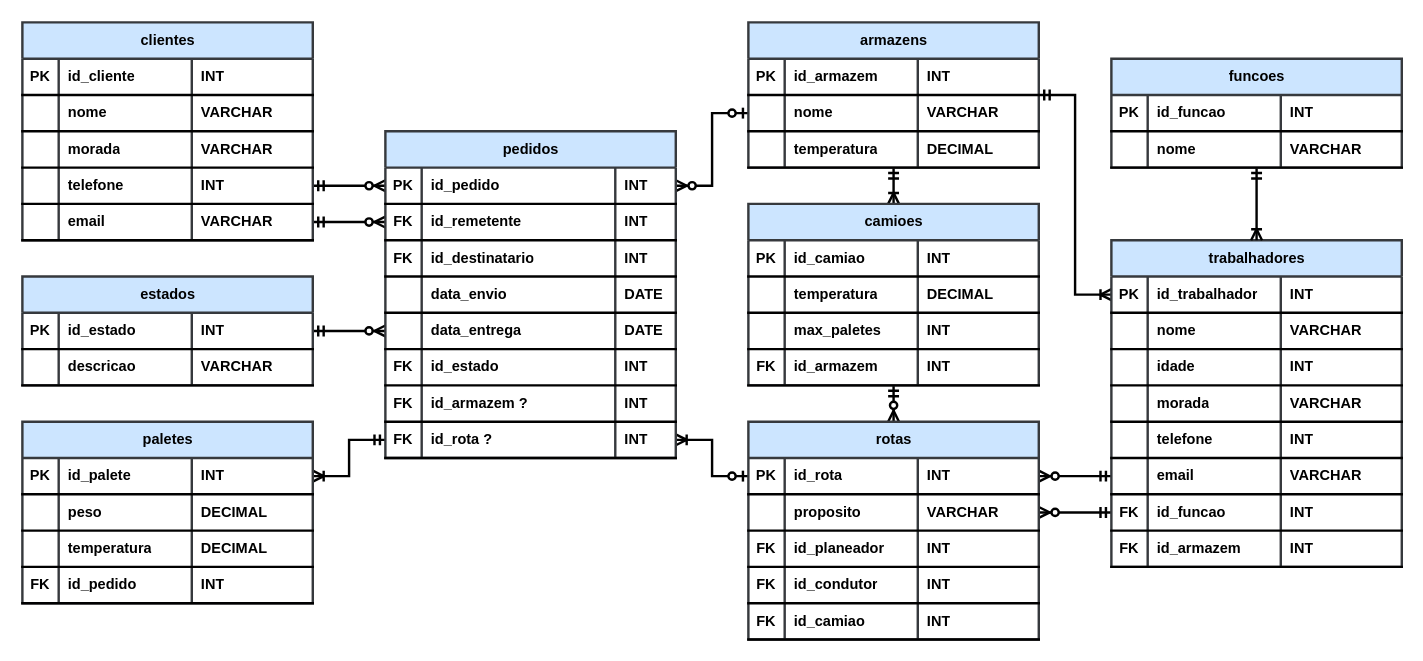
Before: page "Diagrama ER (Crow's Foot)" (3 of 3) of Diagramas/diagramas.drawio in VicLourenco40/dwdm-sql-logistica, a draw.io diagram. Source tidied: cells renumbered, new cells numbered last; positions are measured from the earlier drawing's top-left corner, leaving out a move shared by most shapes. Both pictures are drawn from the tidied source at 121%, with x=0, y=0 at pixel (22, 22).
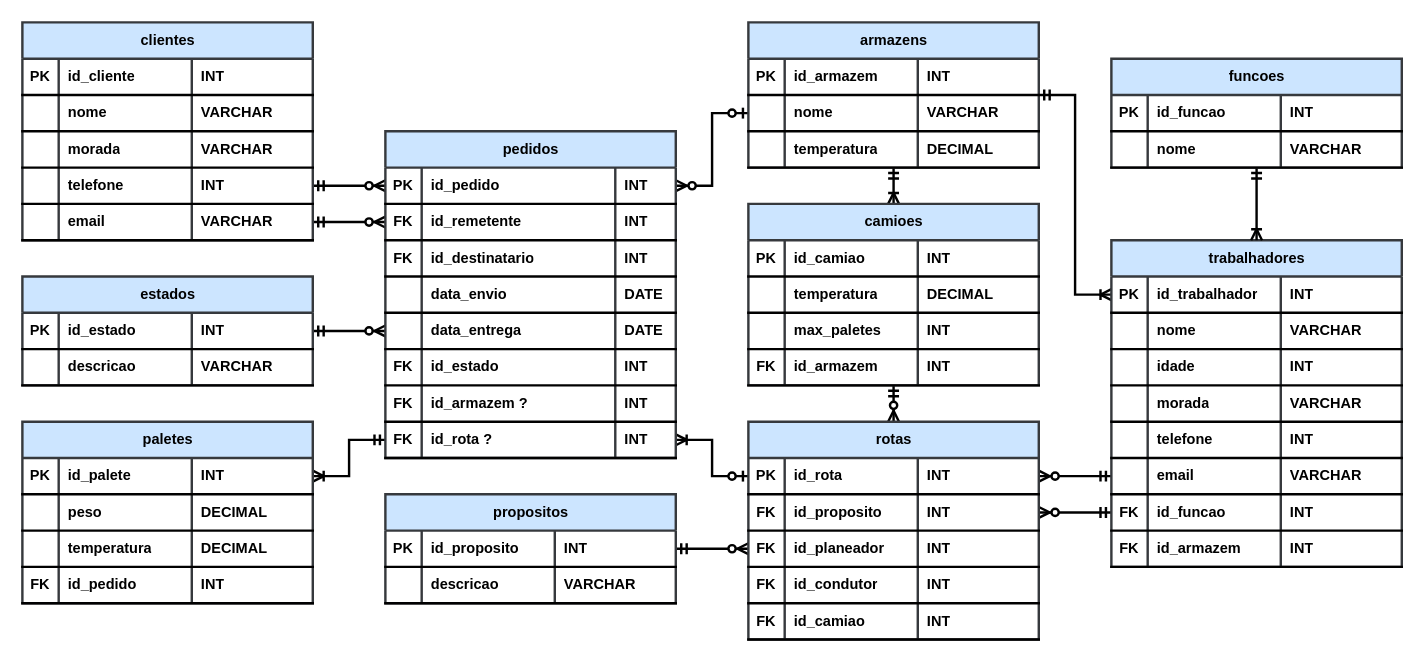
The same page after the edit.

Commit message (it also covers changes not shown here):
Adicionar tabela propósitos

The change refers to these unchanged cells:
```xml
<mxCell id="152" style="shape=tableRow;horizontal=0;startSize=0;swimlaneHead=0;swimlaneBody=0;fillColor=none;points=[[0,0.5],[1,0.5]];portConstraint=eastwest;top=0;left=0;right=0;bottom=1;fontStyle=1;strokeWidth=2;labelBackgroundColor=none;" parent="147" vertex="1">
  <mxGeometry y="60" width="240" height="30" as="geometry" />
</mxCell>
<mxCell id="156" style="shape=tableRow;horizontal=0;startSize=0;swimlaneHead=0;swimlaneBody=0;fillColor=none;points=[[0,0.5],[1,0.5]];portConstraint=eastwest;top=0;left=0;right=0;bottom=1;fontStyle=1;strokeWidth=2;labelBackgroundColor=none;" parent="147" vertex="1">
  <mxGeometry y="90" width="240" height="30" as="geometry" />
</mxCell>
```

The edit, as a diff of the source:
```diff
@@
+    <mxCell id="187" style="edgeStyle=entityRelationEdgeStyle;fontSize=12;html=1;endArrow=ERzeroToMany;startArrow=ERmandOne;rounded=0;exitX=1;exitY=0.5;exitDx=0;exitDy=0;entryX=0;entryY=0.5;entryDx=0;entryDy=0;fontStyle=1;strokeWidth=2;labelBackgroundColor=none;fontColor=default;" parent="1" edge="1" source="189" target="156">
+      <mxGeometry relative="1" as="geometry" />
+    </mxCell>
@@
-    <mxCell id="153" style="shape=partialRectangle;fillColor=none;top=0;left=0;bottom=0;right=0;fontStyle=1;overflow=hidden;whiteSpace=wrap;html=1;strokeWidth=2;labelBackgroundColor=none;" parent="152" vertex="1">
+    <mxCell id="153" value="FK" style="shape=partialRectangle;fillColor=none;top=0;left=0;bottom=0;right=0;fontStyle=1;overflow=hidden;whiteSpace=wrap;html=1;strokeWidth=2;labelBackgroundColor=none;" parent="152" vertex="1">
       <mxGeometry width="30" height="30" as="geometry" />
     </mxCell>
-    <mxCell id="154" value="proposito" style="shape=partialRectangle;fillColor=none;top=0;left=0;bottom=0;right=0;align=left;spacingLeft=6;fontStyle=1;overflow=hidden;whiteSpace=wrap;html=1;strokeWidth=2;labelBackgroundColor=none;" parent="152" vertex="1">
+    <mxCell id="154" value="id_proposito" style="shape=partialRectangle;fillColor=none;top=0;left=0;bottom=0;right=0;align=left;spacingLeft=6;fontStyle=1;overflow=hidden;whiteSpace=wrap;html=1;strokeWidth=2;labelBackgroundColor=none;" parent="152" vertex="1">
       <mxGeometry x="30" width="110" height="30" as="geometry" />
     </mxCell>
-    <mxCell id="155" value="VARCHAR" style="shape=partialRectangle;fillColor=none;top=0;left=0;bottom=0;right=0;align=left;spacingLeft=6;fontStyle=1;overflow=hidden;whiteSpace=wrap;html=1;strokeWidth=2;labelBackgroundColor=none;" parent="152" vertex="1">
+    <mxCell id="155" value="INT" style="shape=partialRectangle;fillColor=none;top=0;left=0;bottom=0;right=0;align=left;spacingLeft=6;fontStyle=1;overflow=hidden;whiteSpace=wrap;html=1;strokeWidth=2;labelBackgroundColor=none;" parent="152" vertex="1">
       <mxGeometry x="140" width="100" height="30" as="geometry" />
     </mxCell>
@@
+    <mxCell id="188" value="propositos" style="shape=table;startSize=30;childLayout=tableLayout;rowLines=0;fontStyle=1;align=center;html=1;strokeWidth=2;labelBackgroundColor=none;swimlaneFillColor=default;fillColor=#cce5ff;strokeColor=#36393d;" parent="1" vertex="1">
+      <mxGeometry x="300" y="390" width="240" height="90" as="geometry" />
+    </mxCell>
+    <mxCell id="189" style="shape=tableRow;horizontal=0;startSize=0;swimlaneHead=0;swimlaneBody=0;fillColor=none;points=[[0,0.5],[1,0.5]];portConstraint=eastwest;top=0;left=0;right=0;bottom=1;fontStyle=1;strokeWidth=2;labelBackgroundColor=none;" parent="188" vertex="1">
+      <mxGeometry y="30" width="240" height="30" as="geometry" />
+    </mxCell>
+    <mxCell id="190" value="PK" style="shape=partialRectangle;fillColor=none;top=0;left=0;bottom=0;right=0;fontStyle=1;overflow=hidden;whiteSpace=wrap;html=1;strokeWidth=2;labelBackgroundColor=none;" parent="189" vertex="1">
+      <mxGeometry width="30" height="30" as="geometry" />
+    </mxCell>
+    <mxCell id="191" value="id_proposito" style="shape=partialRectangle;fillColor=none;top=0;left=0;bottom=0;right=0;align=left;spacingLeft=6;fontStyle=1;overflow=hidden;whiteSpace=wrap;html=1;strokeWidth=2;labelBackgroundColor=none;" parent="189" vertex="1">
+      <mxGeometry x="30" width="110" height="30" as="geometry" />
+    </mxCell>
+    <mxCell id="192" value="INT" style="shape=partialRectangle;fillColor=none;top=0;left=0;bottom=0;right=0;align=left;spacingLeft=6;fontStyle=1;overflow=hidden;whiteSpace=wrap;html=1;strokeWidth=2;labelBackgroundColor=none;" parent="189" vertex="1">
+      <mxGeometry x="140" width="100" height="30" as="geometry" />
+    </mxCell>
+    <mxCell id="193" style="shape=tableRow;horizontal=0;startSize=0;swimlaneHead=0;swimlaneBody=0;fillColor=none;top=0;left=0;right=0;bottom=1;fontStyle=1;strokeWidth=2;labelBackgroundColor=none;" parent="188" vertex="1">
+      <mxGeometry y="60" width="240" height="30" as="geometry" />
+    </mxCell>
+    <mxCell id="194" style="shape=partialRectangle;fillColor=none;top=0;left=0;bottom=0;right=0;fontStyle=1;overflow=hidden;whiteSpace=wrap;html=1;strokeWidth=2;labelBackgroundColor=none;" parent="193" vertex="1">
+      <mxGeometry width="30" height="30" as="geometry" />
+    </mxCell>
+    <mxCell id="195" value="descricao" style="shape=partialRectangle;fillColor=none;top=0;left=0;bottom=0;right=0;align=left;spacingLeft=6;fontStyle=1;overflow=hidden;whiteSpace=wrap;html=1;strokeWidth=2;labelBackgroundColor=none;" parent="193" vertex="1">
+      <mxGeometry x="30" width="110" height="30" as="geometry" />
+    </mxCell>
+    <mxCell id="196" value="VARCHAR" style="shape=partialRectangle;fillColor=none;top=0;left=0;bottom=0;right=0;align=left;spacingLeft=6;fontStyle=1;overflow=hidden;whiteSpace=wrap;html=1;strokeWidth=2;labelBackgroundColor=none;" parent="193" vertex="1">
+      <mxGeometry x="140" width="100" height="30" as="geometry" />
+    </mxCell>
```
